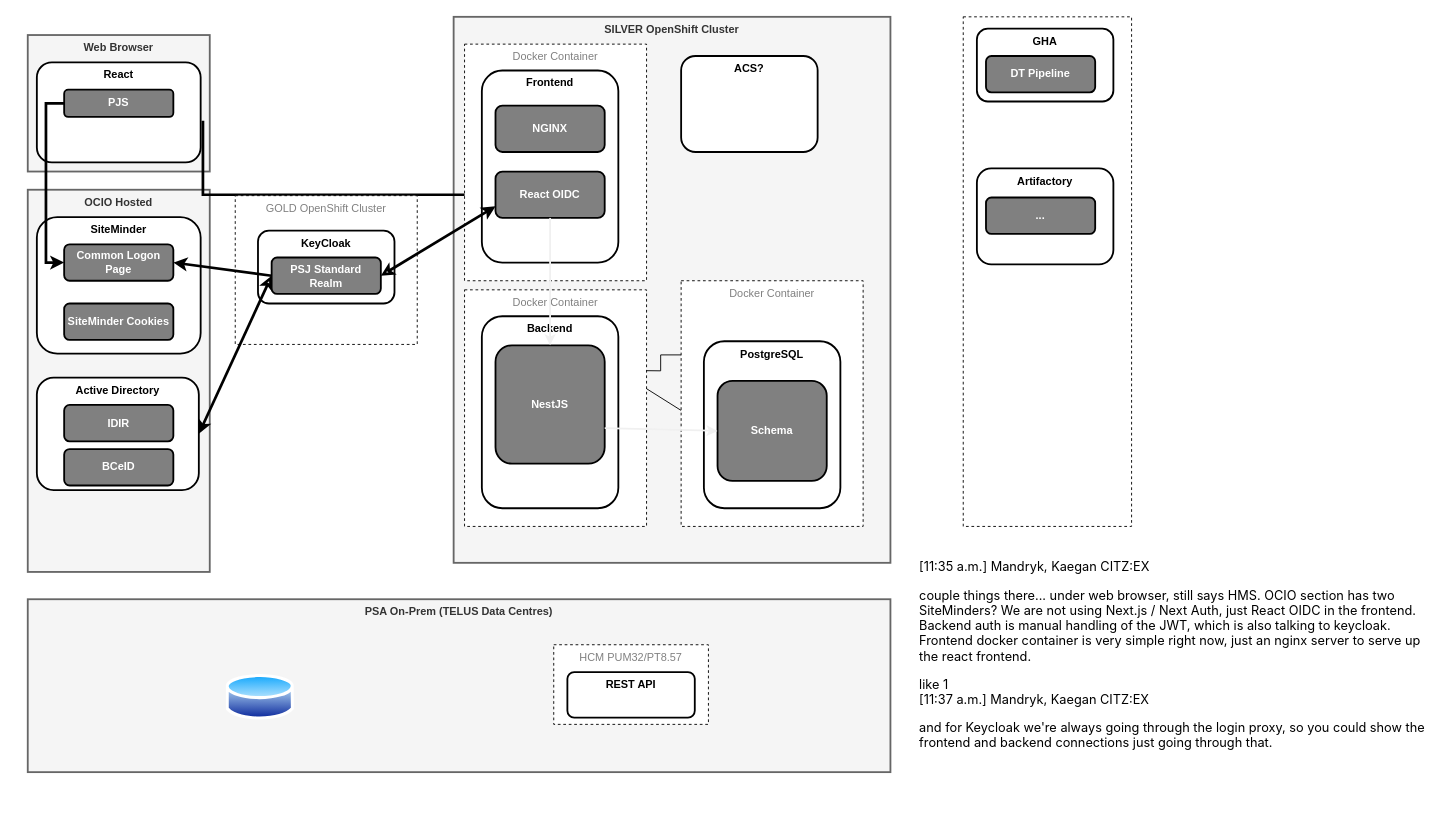
Before: page "Current State (2023)" (1 of 3) of docs/architecture/architecture.drawio in bcgov/psa-job-store, a draw.io diagram. Source tidied: cells renumbered, new cells numbered last; positions are measured from the earlier drawing's top-left corner, leaving out a move shared by most shapes. Both pictures are drawn from the tidied source at 91%, with x=0, y=0 at pixel (27, 16).
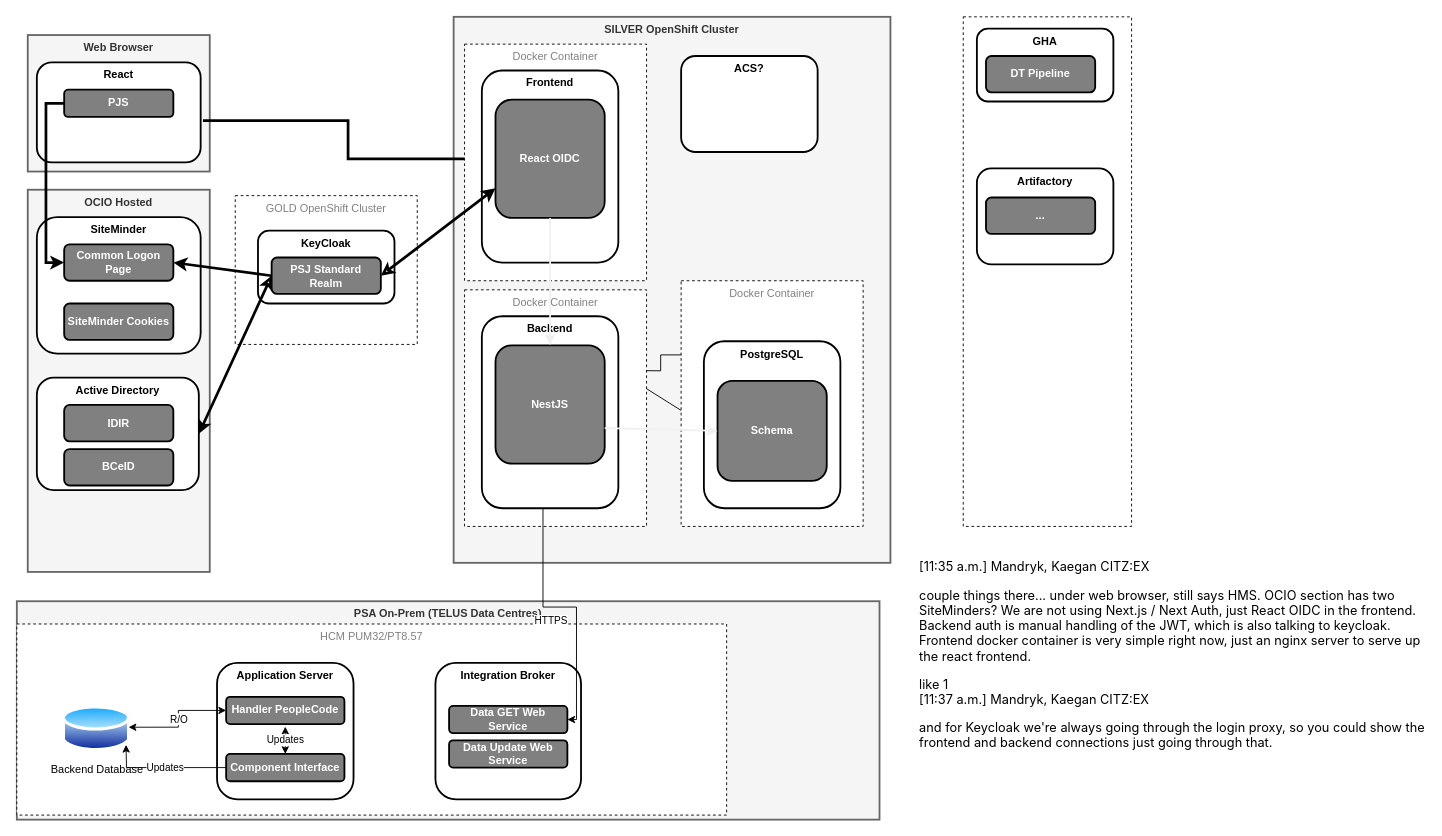
Above is the later version.

The change refers to these unchanged cells:
```xml
<mxCell id="36" value="Backend" style="rounded=1;whiteSpace=wrap;html=1;strokeWidth=2;verticalAlign=top;fontStyle=1;" parent="1" vertex="1">
  <mxGeometry x="499" y="329" width="150" height="211" as="geometry" />
</mxCell>
```

Change to the diagram source:
```diff
@@
     <mxCell id="25" value="React OIDC" style="rounded=1;whiteSpace=wrap;html=1;strokeWidth=2;fillColor=#808080;fontColor=#FFFFFF;fontStyle=1;" parent="1" vertex="1">
-      <mxGeometry x="514" y="170" width="120" height="51" as="geometry" />
+      <mxGeometry x="514" y="91" width="120" height="130" as="geometry" />
     </mxCell>
@@
     <mxCell id="40" value="PSA On-Prem (TELUS Data Centres)" style="rounded=0;whiteSpace=wrap;html=1;verticalAlign=top;fillColor=#f5f5f5;strokeColor=#666666;fontColor=#333333;strokeWidth=2;fontStyle=1;" parent="1" vertex="1">
-      <mxGeometry y="640" width="948" height="190" as="geometry" />
+      <mxGeometry x="-12" y="642.2" width="948" height="240" as="geometry" />
     </mxCell>
     <mxCell id="41" value="HCM&amp;nbsp;PUM32/PT8.57" style="rounded=0;whiteSpace=wrap;html=1;strokeWidth=1;fillColor=#FFFFFF;fontColor=#808080;dashed=1;verticalAlign=top;" parent="1" vertex="1">
-      <mxGeometry x="578" y="690" width="170" height="87.5" as="geometry" />
+      <mxGeometry x="-12" y="667.2" width="780" height="210" as="geometry" />
     </mxCell>
-    <mxCell id="42" value="REST API" style="rounded=1;whiteSpace=wrap;html=1;strokeWidth=2;verticalAlign=top;fontStyle=1;" parent="1" vertex="1">
-      <mxGeometry x="593" y="720" width="140" height="50" as="geometry" />
+    <mxCell id="42" value="Application Server" style="rounded=1;whiteSpace=wrap;html=1;strokeWidth=2;verticalAlign=top;fontStyle=1;" parent="1" vertex="1">
+      <mxGeometry x="208" y="710" width="150" height="150" as="geometry" />
     </mxCell>
-    <mxCell id="43" style="image;perimeter=ellipsePerimeter;html=1;align=center;shadow=0;dashed=0;spacingTop=3;image=img/lib/active_directory/database.svg;" parent="1" vertex="1">
-      <mxGeometry x="218" y="720" width="75" height="55.5" as="geometry" />
+    <mxCell id="43" value="Backend Database" style="image;perimeter=ellipsePerimeter;html=1;align=center;shadow=0;dashed=0;spacingTop=3;image=img/lib/active_directory/database.svg;" parent="1" vertex="1">
+      <mxGeometry x="38" y="754.5" width="75" height="55.5" as="geometry" />
     </mxCell>
@@
-    <mxCell id="46" value="NGINX" style="rounded=1;whiteSpace=wrap;html=1;strokeWidth=2;fillColor=#808080;fontColor=#FFFFFF;fontStyle=1;" parent="1" vertex="1">
-      <mxGeometry x="514" y="97.5" width="120" height="51" as="geometry" />
-    </mxCell>
+    <mxCell id="47" value="Integration Broker" style="rounded=1;whiteSpace=wrap;html=1;strokeWidth=2;verticalAlign=top;fontStyle=1;" parent="1" vertex="1">
+      <mxGeometry x="448" y="710" width="160" height="150" as="geometry" />
+    </mxCell>
+    <mxCell id="48" value="Handler PeopleCode" style="rounded=1;whiteSpace=wrap;html=1;strokeWidth=2;fillColor=#808080;fontColor=#FFFFFF;fontStyle=1;" parent="1" vertex="1">
+      <mxGeometry x="218" y="747.2" width="130" height="30" as="geometry" />
+    </mxCell>
+    <mxCell id="49" value="Data GET Web Service" style="rounded=1;whiteSpace=wrap;html=1;strokeWidth=2;fillColor=#808080;fontColor=#FFFFFF;fontStyle=1;" parent="1" vertex="1">
+      <mxGeometry x="463" y="757.2" width="130" height="30" as="geometry" />
+    </mxCell>
+    <mxCell id="50" value="HTTPS" style="endArrow=classic;html=1;rounded=0;entryX=1;entryY=0.5;entryDx=0;entryDy=0;exitX=0.448;exitY=1.003;exitDx=0;exitDy=0;exitPerimeter=0;edgeStyle=orthogonalEdgeStyle;" parent="1" edge="1" source="36" target="49">
+      <mxGeometry x="-0.16" y="-14" relative="1" as="geometry">
+        <mxPoint y="1" as="offset" />
+      </mxGeometry>
+    </mxCell>
+    <mxCell id="51" value="Data Update Web Service" style="rounded=1;whiteSpace=wrap;html=1;strokeWidth=2;fillColor=#808080;fontColor=#FFFFFF;fontStyle=1;" parent="1" vertex="1">
+      <mxGeometry x="463" y="795" width="130" height="30" as="geometry" />
+    </mxCell>
+    <mxCell id="52" value="Updates" style="edgeStyle=orthogonalEdgeStyle;rounded=0;jettySize=auto;html=1;" parent="1" edge="1" source="53">
+      <mxGeometry relative="1" as="geometry">
+        <mxPoint x="108" y="800" as="targetPoint" />
+      </mxGeometry>
+    </mxCell>
+    <mxCell id="53" value="Component Interface" style="rounded=1;whiteSpace=wrap;html=1;strokeWidth=2;fillColor=#808080;fontColor=#FFFFFF;fontStyle=1;" parent="1" vertex="1">
+      <mxGeometry x="218" y="810" width="130" height="30" as="geometry" />
+    </mxCell>
+    <mxCell id="54" value="R/O" style="endArrow=classic;startArrow=classic;html=1;rounded=0;entryX=0;entryY=0.5;entryDx=0;entryDy=0;exitX=0.971;exitY=0.471;exitDx=0;exitDy=0;exitPerimeter=0;edgeStyle=orthogonalEdgeStyle;" parent="1" edge="1" source="43" target="48">
+      <mxGeometry relative="1" as="geometry" />
+    </mxCell>
+    <mxCell id="55" value="Updates" style="endArrow=classic;startArrow=classic;html=1;rounded=0;exitX=0.5;exitY=0;exitDx=0;exitDy=0;" parent="1" edge="1" source="53">
+      <mxGeometry relative="1" as="geometry">
+        <mxPoint x="283" y="780" as="targetPoint" />
+      </mxGeometry>
+    </mxCell>
```
